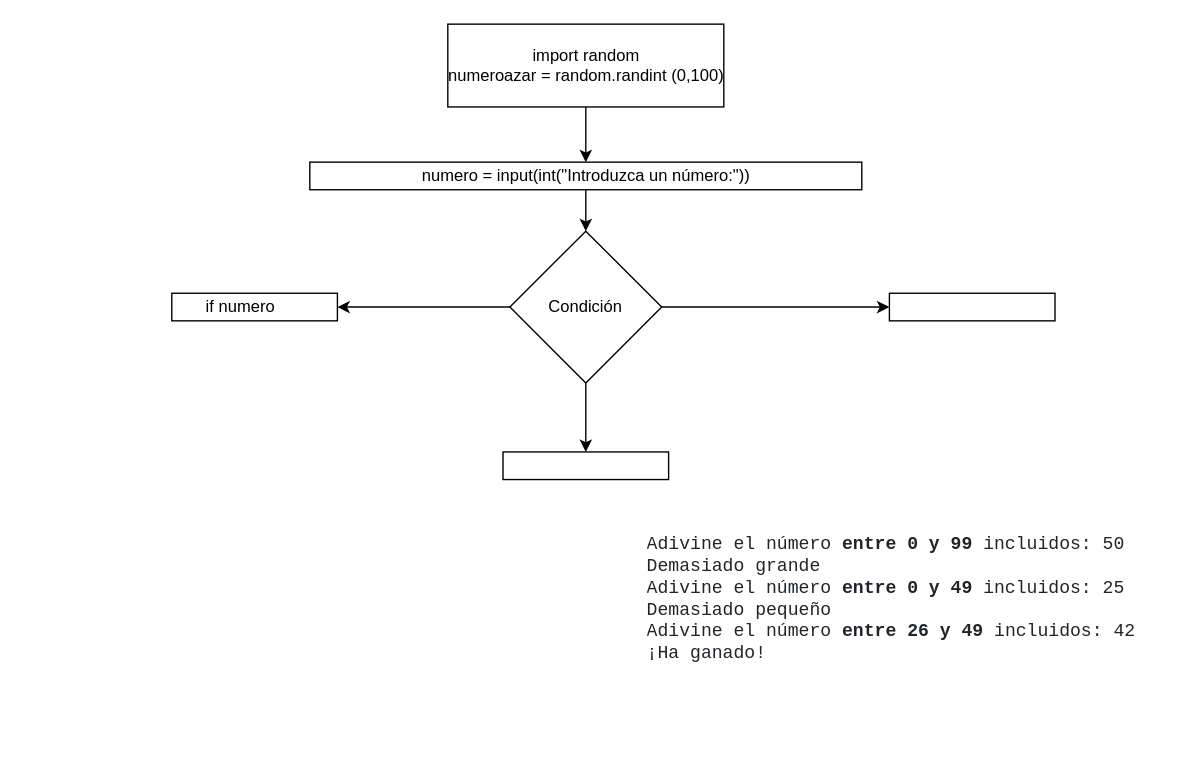
The draw.io diagram diagrama.drawio in mgonzalz/adivina_un_numero, before the edit. Source tidied: cells renumbered, new cells numbered last; positions are measured from the earlier drawing's top-left corner, leaving out a move shared by most shapes. Both pictures are drawn from the tidied source at 138%, with x=0, y=0 at pixel (171, 23).
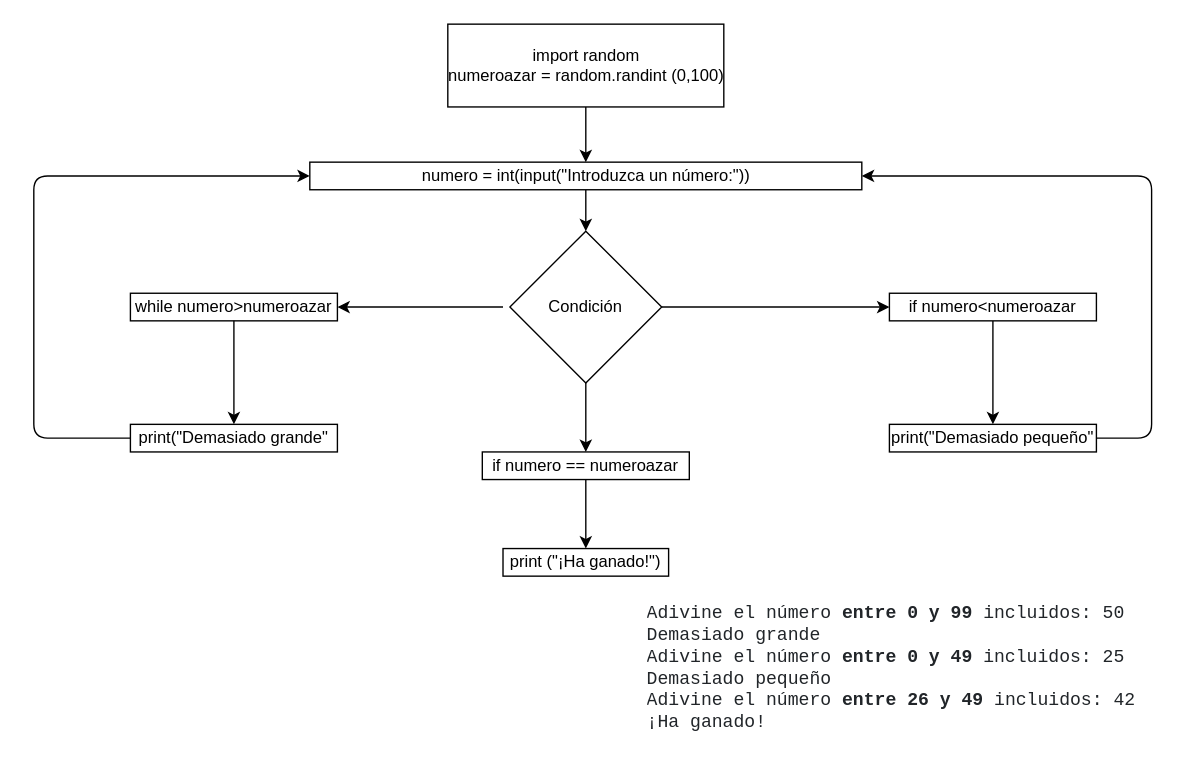
Above is the later version.

The change refers to these unchanged cells:
```xml
<mxCell id="7" style="rhombus;whiteSpace=wrap;html=1;" parent="1" vertex="1">
  <mxGeometry x="245" y="150" width="110" height="110" as="geometry" />
</mxCell>
<mxCell id="12" style="rounded=0;whiteSpace=wrap;html=1;" parent="1" vertex="1">
  <mxGeometry x="100" y="100" width="400" height="20" as="geometry" />
</mxCell>
```

Change to the diagram source:
```diff
@@
     <mxCell id="4" style="edgeStyle=none;html=1;" parent="1" edge="1" source="7">
       <mxGeometry relative="1" as="geometry">
         <mxPoint x="520" y="205" as="targetPoint" />
+        <Array as="points">
+          <mxPoint x="420" y="205" />
+        </Array>
       </mxGeometry>
     </mxCell>
-    <mxCell id="5" style="edgeStyle=none;html=1;exitX=0;exitY=0.5;exitDx=0;exitDy=0;" parent="1" edge="1" source="7">
-      <mxGeometry relative="1" as="geometry">
-        <mxPoint x="120" y="205" as="targetPoint" />
-      </mxGeometry>
-    </mxCell>
@@
+    <mxCell id="18" style="edgeStyle=none;html=1;entryX=1;entryY=0.5;entryDx=0;entryDy=0;" parent="1" edge="1" target="14">
+      <mxGeometry relative="1" as="geometry">
+        <mxPoint x="240" y="205" as="sourcePoint" />
+        <Array as="points">
+          <mxPoint x="190" y="205" />
+        </Array>
+      </mxGeometry>
+    </mxCell>
     <mxCell id="8" value="Condición" style="text;html=1;strokeColor=none;fillColor=none;align=center;verticalAlign=middle;whiteSpace=wrap;rounded=0;" parent="1" vertex="1">
-      <mxGeometry x="270" y="190" width="60" height="30" as="geometry" />
+      <mxGeometry x="260" y="190" width="80" height="30" as="geometry" />
     </mxCell>
@@
     <mxCell id="10" value="&lt;pre style=&quot;box-sizing: border-box ; font-family: , &amp;#34;menlo&amp;#34; , &amp;#34;monaco&amp;#34; , &amp;#34;consolas&amp;#34; , &amp;#34;liberation mono&amp;#34; , &amp;#34;courier new&amp;#34; , monospace ; font-size: 13.125px ; margin-top: 0px ; margin-bottom: 1rem ; overflow: auto ; color: rgb(33 , 37 , 41) ; text-align: left ; background-color: rgba(255 , 255 , 255 , 0.85)&quot;&gt;&lt;code style=&quot;box-sizing: border-box ; font-family: , &amp;#34;menlo&amp;#34; , &amp;#34;monaco&amp;#34; , &amp;#34;consolas&amp;#34; , &amp;#34;liberation mono&amp;#34; , &amp;#34;courier new&amp;#34; , monospace ; font-size: inherit ; overflow-wrap: break-word ; word-break: normal&quot;&gt;Adivine el número &lt;span style=&quot;box-sizing: border-box ; font-weight: bolder&quot;&gt;entre 0 y 99&lt;/span&gt; incluidos: 50&amp;nbsp;&lt;br/&gt;Demasiado grande&amp;nbsp;&lt;br/&gt;Adivine el número &lt;span style=&quot;box-sizing: border-box ; font-weight: bolder&quot;&gt;entre 0 y 49&lt;/span&gt; incluidos: 25&amp;nbsp;&lt;br/&gt;Demasiado pequeño&amp;nbsp;&lt;br/&gt;Adivine el número &lt;span style=&quot;box-sizing: border-box ; font-weight: bolder&quot;&gt;entre 26 y 49&lt;/span&gt; incluidos: 42&amp;nbsp;&lt;br/&gt;¡Ha ganado! &lt;/code&gt;&lt;/pre&gt;" style="text;html=1;align=center;verticalAlign=middle;fillColor=none;strokeColor=none;rounded=0;" parent="1" vertex="1">
-      <mxGeometry x="330" y="370" width="390" height="110" as="geometry" />
+      <mxGeometry x="330" y="420" width="390" height="110" as="geometry" />
     </mxCell>
@@
-    <mxCell id="13" value="numero = input(int(&quot;Introduzca un número:&quot;))" style="text;html=1;align=center;verticalAlign=middle;fillColor=none;strokeColor=none;rounded=0;" parent="1" vertex="1">
+    <mxCell id="13" value="numero = int(input(&quot;Introduzca un número:&quot;))" style="text;html=1;align=center;verticalAlign=middle;fillColor=none;strokeColor=none;rounded=0;" parent="1" vertex="1">
       <mxGeometry x="175" y="100" width="250" height="20" as="geometry" />
     </mxCell>
     <mxCell id="14" style="rounded=0;whiteSpace=wrap;html=1;" parent="1" vertex="1">
-      <mxGeometry y="195" width="120" height="20" as="geometry" />
+      <mxGeometry x="-30" y="195" width="150" height="20" as="geometry" />
     </mxCell>
+    <mxCell id="19" style="edgeStyle=none;html=1;" parent="1" edge="1" source="15">
+      <mxGeometry relative="1" as="geometry">
+        <mxPoint x="595" y="290" as="targetPoint" />
+      </mxGeometry>
+    </mxCell>
     <mxCell id="15" style="rounded=0;whiteSpace=wrap;html=1;" parent="1" vertex="1">
-      <mxGeometry x="520" y="195" width="120" height="20" as="geometry" />
+      <mxGeometry x="520" y="195" width="150" height="20" as="geometry" />
     </mxCell>
     <mxCell id="16" style="rounded=0;whiteSpace=wrap;html=1;" parent="1" vertex="1">
-      <mxGeometry x="240" y="310" width="120" height="20" as="geometry" />
+      <mxGeometry x="225" y="310" width="150" height="20" as="geometry" />
     </mxCell>
+    <mxCell id="20" style="edgeStyle=none;html=1;" parent="1" edge="1" source="17" target="27">
+      <mxGeometry relative="1" as="geometry" />
+    </mxCell>
-    <mxCell id="17" value="if numero" style="text;html=1;strokeColor=none;fillColor=none;align=center;verticalAlign=middle;whiteSpace=wrap;rounded=0;" parent="1" vertex="1">
-      <mxGeometry x="20" y="195" width="60" height="20" as="geometry" />
+    <mxCell id="17" value="while numero&amp;gt;numeroazar" style="text;html=1;strokeColor=none;fillColor=none;align=center;verticalAlign=middle;whiteSpace=wrap;rounded=0;" parent="1" vertex="1">
+      <mxGeometry x="-30" y="195" width="150" height="20" as="geometry" />
     </mxCell>
+    <mxCell id="21" value="if numero&amp;lt;numeroazar" style="text;html=1;strokeColor=none;fillColor=none;align=center;verticalAlign=middle;whiteSpace=wrap;rounded=0;" parent="1" vertex="1">
+      <mxGeometry x="530" y="195" width="130" height="20" as="geometry" />
+    </mxCell>
+    <mxCell id="22" style="edgeStyle=none;html=1;" parent="1" edge="1" source="23" target="24">
+      <mxGeometry relative="1" as="geometry" />
+    </mxCell>
+    <mxCell id="23" value="if numero == numeroazar" style="text;html=1;strokeColor=none;fillColor=none;align=center;verticalAlign=middle;whiteSpace=wrap;rounded=0;" parent="1" vertex="1">
+      <mxGeometry x="225" y="310" width="150" height="20" as="geometry" />
+    </mxCell>
+    <mxCell id="24" style="rounded=0;whiteSpace=wrap;html=1;" parent="1" vertex="1">
+      <mxGeometry x="240" y="380" width="120" height="20" as="geometry" />
+    </mxCell>
+    <mxCell id="25" value="print (&quot;¡Ha ganado!&quot;)" style="text;html=1;strokeColor=none;fillColor=none;align=center;verticalAlign=middle;whiteSpace=wrap;rounded=0;" parent="1" vertex="1">
+      <mxGeometry x="240" y="380" width="120" height="20" as="geometry" />
+    </mxCell>
+    <mxCell id="26" style="edgeStyle=none;html=1;entryX=0;entryY=0.5;entryDx=0;entryDy=0;" parent="1" edge="1" source="27" target="12">
+      <mxGeometry relative="1" as="geometry">
+        <Array as="points">
+          <mxPoint x="-100" y="300" />
+          <mxPoint x="-100" y="110" />
+        </Array>
+      </mxGeometry>
+    </mxCell>
+    <mxCell id="27" value="print(&quot;Demasiado grande&quot;" style="rounded=0;whiteSpace=wrap;html=1;" parent="1" vertex="1">
+      <mxGeometry x="-30" y="290" width="150" height="20" as="geometry" />
+    </mxCell>
+    <mxCell id="28" style="edgeStyle=none;html=1;entryX=1;entryY=0.5;entryDx=0;entryDy=0;" parent="1" edge="1" source="29" target="12">
+      <mxGeometry relative="1" as="geometry">
+        <Array as="points">
+          <mxPoint x="710" y="300" />
+          <mxPoint x="710" y="110" />
+        </Array>
+      </mxGeometry>
+    </mxCell>
+    <mxCell id="29" value="print(&quot;Demasiado pequeño&quot;" style="rounded=0;whiteSpace=wrap;html=1;" parent="1" vertex="1">
+      <mxGeometry x="520" y="290" width="150" height="20" as="geometry" />
+    </mxCell>
```
